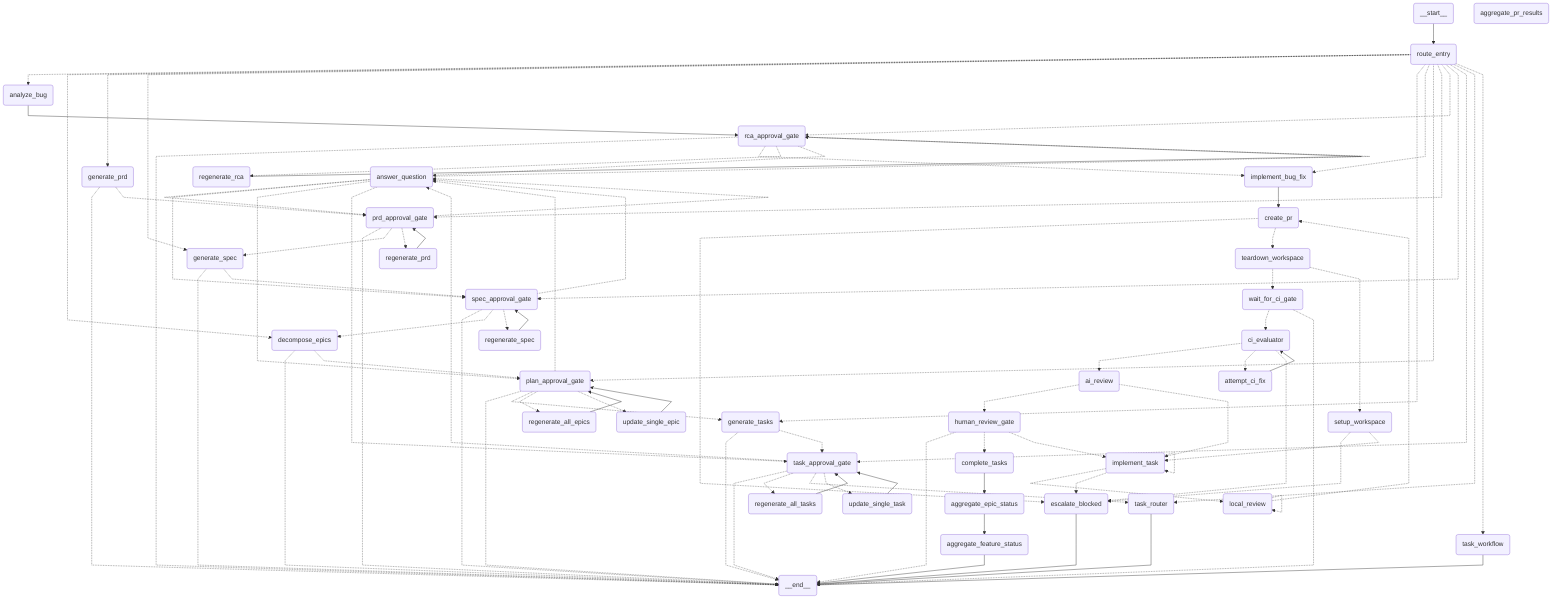
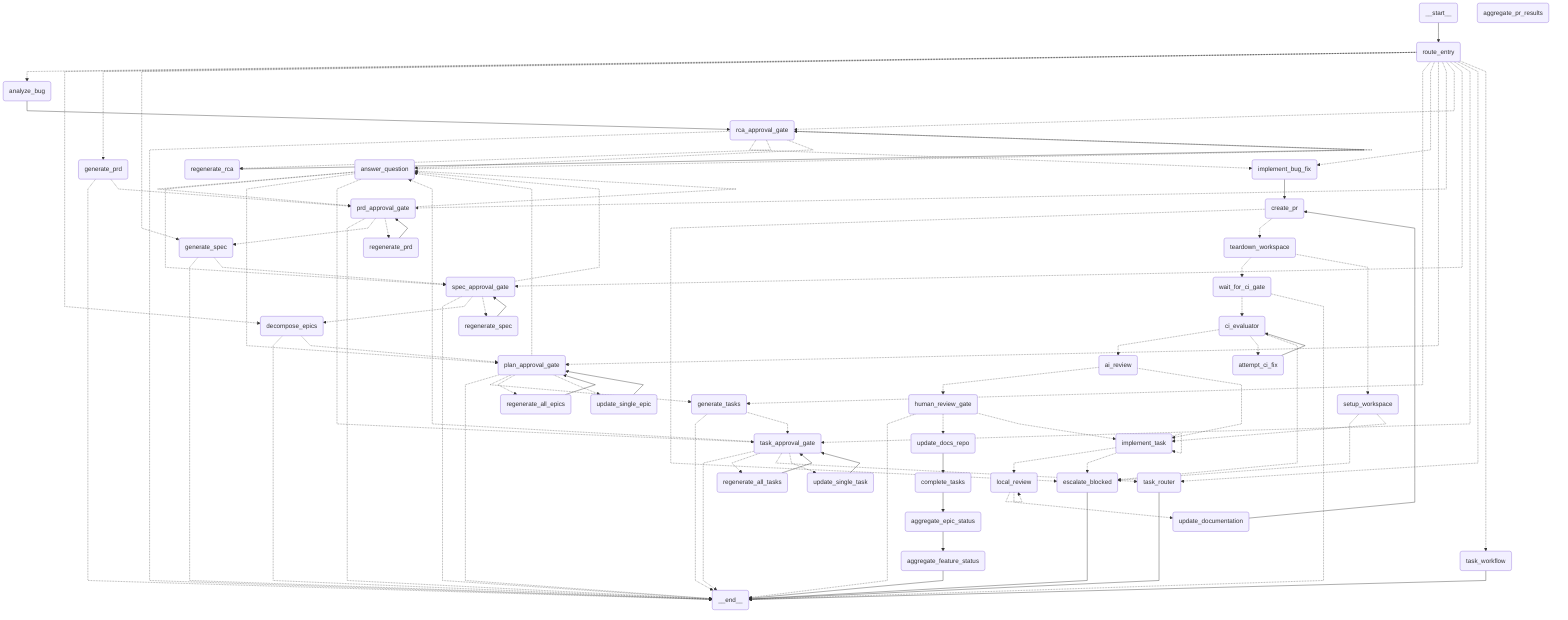
---
config:
  flowchart:
    curve: linear
id: 0ab6d989-0a4c-469d-9a28-b0c7bc4c3fac
---
graph TD;
	__start__(<p>__start__</p>)
	route_entry(route_entry)
	generate_prd(generate_prd)
	prd_approval_gate(prd_approval_gate)
	regenerate_prd(regenerate_prd)
	generate_spec(generate_spec)
	spec_approval_gate(spec_approval_gate)
	regenerate_spec(regenerate_spec)
	decompose_epics(decompose_epics)
	plan_approval_gate(plan_approval_gate)
	regenerate_all_epics(regenerate_all_epics)
	update_single_epic(update_single_epic)
	generate_tasks(generate_tasks)
	task_approval_gate(task_approval_gate)
	regenerate_all_tasks(regenerate_all_tasks)
	update_single_task(update_single_task)
	aggregate_pr_results(aggregate_pr_results)
	task_router(task_router)
	setup_workspace(setup_workspace)
	implement_task(implement_task)
	local_review(local_review)
	create_pr(create_pr)
	teardown_workspace(teardown_workspace)
	wait_for_ci_gate(wait_for_ci_gate)
	ci_evaluator(ci_evaluator)
	attempt_ci_fix(attempt_ci_fix)
	escalate_blocked(escalate_blocked)
	ai_review(ai_review)
	human_review_gate(human_review_gate)
+ 	update_documentation(update_documentation)
+ 	update_docs_repo(update_docs_repo)
	complete_tasks(complete_tasks)
	aggregate_epic_status(aggregate_epic_status)
	aggregate_feature_status(aggregate_feature_status)
	answer_question(answer_question)
	analyze_bug(analyze_bug)
	rca_approval_gate(rca_approval_gate)
	regenerate_rca(regenerate_rca)
	implement_bug_fix(implement_bug_fix)
	task_workflow(task_workflow)
	__end__(<p>__end__</p>)
	__start__ --> route_entry;
	aggregate_epic_status --> aggregate_feature_status;
	ai_review -.-> human_review_gate;
	ai_review -.-> implement_task;
	analyze_bug --> rca_approval_gate;
	attempt_ci_fix --> ci_evaluator;
	ci_evaluator -.-> ai_review;
	ci_evaluator -.-> attempt_ci_fix;
	ci_evaluator -.-> escalate_blocked;
	complete_tasks --> aggregate_epic_status;
	create_pr -.-> escalate_blocked;
	create_pr -.-> teardown_workspace;
	decompose_epics -.-> __end__;
	decompose_epics -.-> plan_approval_gate;
	generate_prd -.-> __end__;
	generate_prd -.-> prd_approval_gate;
	generate_spec -.-> __end__;
	generate_spec -.-> spec_approval_gate;
	generate_tasks -.-> __end__;
	generate_tasks -.-> task_approval_gate;
	human_review_gate -.-> __end__;
- 	human_review_gate -.-> complete_tasks;
+ 	human_review_gate -.-> update_docs_repo;
	human_review_gate -.-> implement_task;
+ 	update_docs_repo --> complete_tasks;
	implement_bug_fix --> create_pr;
	implement_task -.-> local_review;
	implement_task -.-> escalate_blocked;
	local_review -.-> local_review;
- 	local_review -.-> create_pr;
+ 	local_review -.-> update_documentation;
+ 	update_documentation --> create_pr;
	plan_approval_gate -.-> __end__;
	plan_approval_gate -.-> generate_tasks;
	plan_approval_gate -.-> regenerate_all_epics;
	plan_approval_gate -.-> update_single_epic;
	plan_approval_gate -.-> answer_question;
	prd_approval_gate -.-> __end__;
	prd_approval_gate -.-> generate_spec;
	prd_approval_gate -.-> regenerate_prd;
	prd_approval_gate -.-> answer_question;
	rca_approval_gate -.-> __end__;
	rca_approval_gate -.-> implement_bug_fix;
	rca_approval_gate -.-> regenerate_rca;
	rca_approval_gate -.-> answer_question;
	regenerate_all_epics --> plan_approval_gate;
	regenerate_all_tasks --> task_approval_gate;
	regenerate_prd --> prd_approval_gate;
	regenerate_rca --> rca_approval_gate;
	regenerate_spec --> spec_approval_gate;
	route_entry -.-> analyze_bug;
	route_entry -.-> decompose_epics;
	route_entry -.-> generate_prd;
	route_entry -.-> generate_spec;
	route_entry -.-> generate_tasks;
	route_entry -.-> implement_bug_fix;
	route_entry -.-> plan_approval_gate;
	route_entry -.-> prd_approval_gate;
	route_entry -.-> rca_approval_gate;
	route_entry -.-> spec_approval_gate;
	route_entry -.-> task_approval_gate;
	route_entry -.-> task_router;
	route_entry -.-> task_workflow;
	setup_workspace -.-> escalate_blocked;
	setup_workspace -.-> implement_task;
	spec_approval_gate -.-> __end__;
	spec_approval_gate -.-> decompose_epics;
	spec_approval_gate -.-> regenerate_spec;
	spec_approval_gate -.-> answer_question;
	task_approval_gate -.-> __end__;
	task_approval_gate -.-> regenerate_all_tasks;
	task_approval_gate -.-> task_router;
	task_approval_gate -.-> update_single_task;
	task_approval_gate -.-> answer_question;
	teardown_workspace -.-> wait_for_ci_gate;
	teardown_workspace -.-> setup_workspace;
	wait_for_ci_gate -.-> ci_evaluator;
	wait_for_ci_gate -.-> __end__;
	update_single_epic --> plan_approval_gate;
	update_single_task --> task_approval_gate;
	answer_question -.-> prd_approval_gate;
	answer_question -.-> spec_approval_gate;
	answer_question -.-> plan_approval_gate;
	answer_question -.-> task_approval_gate;
	answer_question -.-> rca_approval_gate;
	aggregate_feature_status --> __end__;
	escalate_blocked --> __end__;
	task_router --> __end__;
	task_workflow --> __end__;
	implement_task -.-> implement_task;
	classDef default fill:#f2f0ff,line-height:1.2
	classDef first fill-opacity:0
	classDef last fill:#bfb6fc